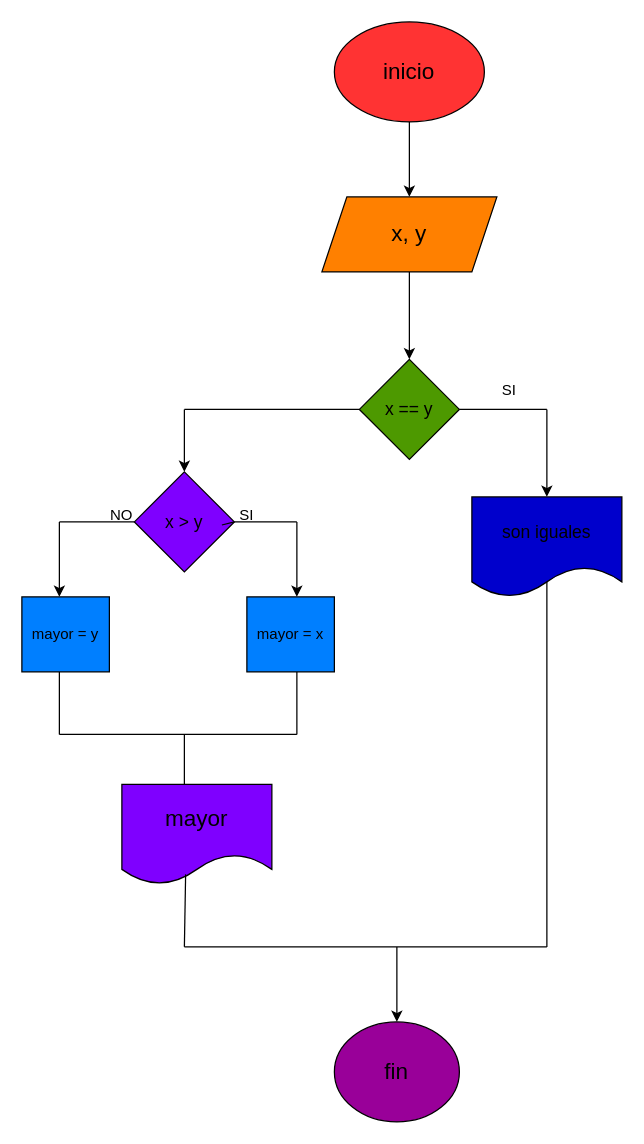
The draw.io diagram diagrama.drawio in lexymolina/mayor_2enteros, before the edit. Source tidied: cells renumbered, new cells numbered last; positions are measured from the earlier drawing's top-left corner, leaving out a move shared by most shapes. Both pictures are drawn from the tidied source at 125%, with x=0, y=0 at pixel (21, 21).
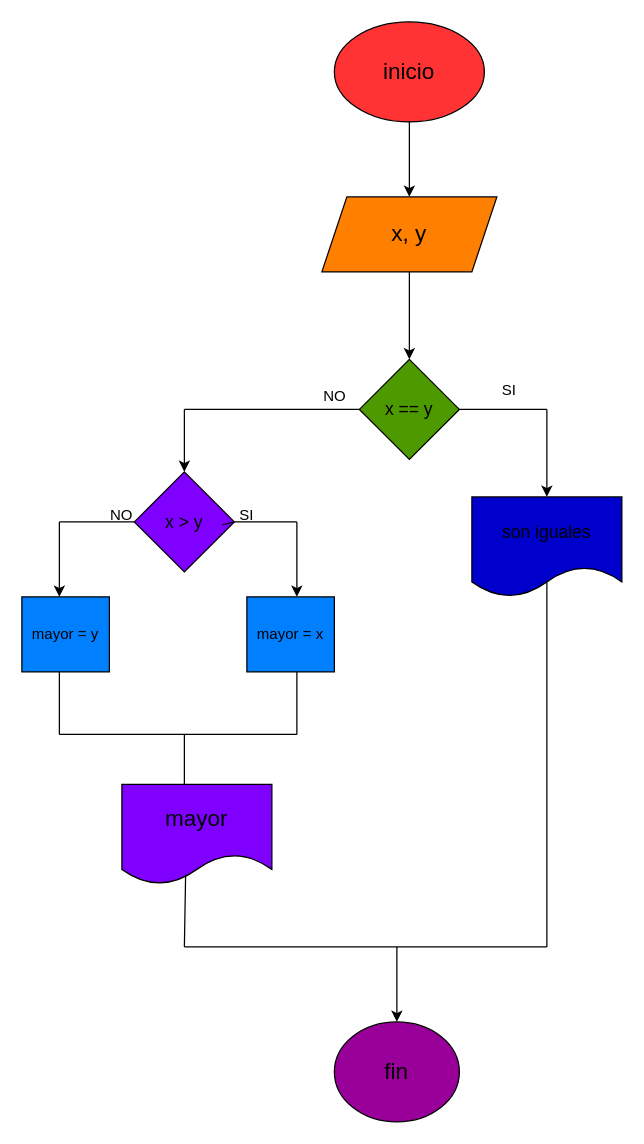
Above is the later version.

Diff of the diagram source:
```diff
@@
+    <mxCell id="33" value="NO" style="text;html=1;align=center;verticalAlign=middle;strokeColor=none;fillColor=none;" parent="1" vertex="1">
+      <mxGeometry x="230" y="285" width="40" height="30" as="geometry" />
+    </mxCell>
```
